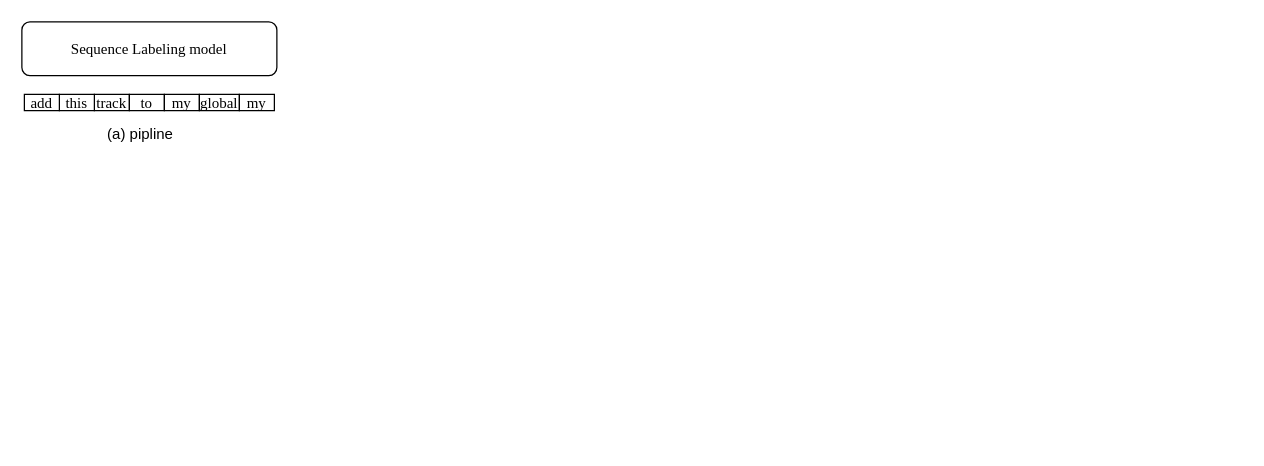
Above: survey.drawio in liweizhen111/GIt-GitHub_Note (draw.io), before the change. Source tidied: cells renumbered, new cells numbered last; positions are measured from the earlier drawing's top-left corner, leaving out a move shared by most shapes. Both pictures are drawn from the tidied source at 125%, with x=0, y=0 at pixel (21, 21).
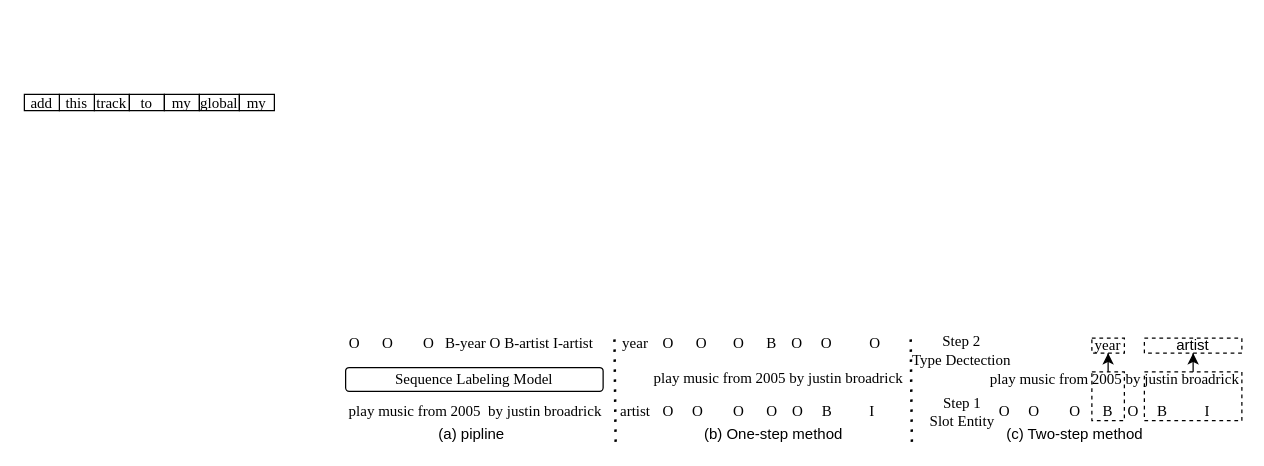
The same diagram, later.

Diff of the diagram source:
```diff
@@
+    <mxCell id="11" style="edgeStyle=orthogonalEdgeStyle;rounded=0;jettySize=auto;html=1;" parent="1" edge="1" source="12" target="33">
+      <mxGeometry relative="1" as="geometry" />
+    </mxCell>
+    <mxCell id="12" style="rounded=0;whiteSpace=wrap;html=1;dashed=1;" parent="1" vertex="1">
+      <mxGeometry x="898" y="280" width="78" height="39" as="geometry" />
+    </mxCell>
+    <mxCell id="13" style="edgeStyle=orthogonalEdgeStyle;rounded=0;jettySize=auto;html=1;" parent="1" edge="1" source="14" target="32">
+      <mxGeometry relative="1" as="geometry" />
+    </mxCell>
+    <mxCell id="14" style="rounded=0;whiteSpace=wrap;html=1;dashed=1;" parent="1" vertex="1">
+      <mxGeometry x="856" y="280" width="26" height="39" as="geometry" />
+    </mxCell>
-    <mxCell id="2" value="&lt;font face=&quot;Times New Roman&quot;&gt;Sequence Labeling model&lt;/font&gt;" style="rounded=1;whiteSpace=wrap;html=1;" parent="1" vertex="1">
-      <mxGeometry width="204" height="43" as="geometry" />
+    <mxCell id="2" value="&lt;font face=&quot;Times New Roman&quot;&gt;Sequence Labeling Model&lt;/font&gt;" style="rounded=1;whiteSpace=wrap;html=1;" parent="1" vertex="1">
+      <mxGeometry x="259" y="276.5" width="206" height="19" as="geometry" />
     </mxCell>
     <mxCell id="3" value="(a) pipline" style="text;html=1;align=center;verticalAlign=middle;whiteSpace=wrap;rounded=0;" parent="1" vertex="1">
-      <mxGeometry x="57" y="84" width="76" height="12" as="geometry" />
+      <mxGeometry x="322" y="324" width="76" height="12" as="geometry" />
     </mxCell>
@@
-    <mxCell id="8" value="&lt;span style=&quot;font-family: &amp;quot;Times New Roman&amp;quot;;&quot;&gt;my&lt;/span&gt;" style="rounded=0;whiteSpace=wrap;html=1;" parent="1" vertex="1">
-      <mxGeometry x="114" y="58" width="28" height="13" as="geometry" />
-    </mxCell>
+    <mxCell id="15" value="&lt;span style=&quot;font-family: &amp;quot;Times New Roman&amp;quot;;&quot;&gt;my&lt;/span&gt;" style="rounded=0;whiteSpace=wrap;html=1;" parent="1" vertex="1">
+      <mxGeometry x="114" y="58" width="28" height="13" as="geometry" />
+    </mxCell>
@@
-    <mxCell id="10" value="&lt;span style=&quot;font-family: &amp;quot;Times New Roman&amp;quot;;&quot;&gt;my&lt;/span&gt;" style="rounded=0;whiteSpace=wrap;html=1;" parent="1" vertex="1">
-      <mxGeometry x="174" y="58" width="28" height="13" as="geometry" />
-    </mxCell>
+    <mxCell id="16" value="&lt;span style=&quot;font-family: &amp;quot;Times New Roman&amp;quot;;&quot;&gt;my&lt;/span&gt;" style="rounded=0;whiteSpace=wrap;html=1;" parent="1" vertex="1">
+      <mxGeometry x="174" y="58" width="28" height="13" as="geometry" />
+    </mxCell>
+    <mxCell id="17" value="&lt;font face=&quot;Times New Roman&quot;&gt;play music from 2005&amp;nbsp; by justin broadrick&lt;/font&gt;" style="text;html=1;align=center;verticalAlign=middle;whiteSpace=wrap;rounded=0;" parent="1" vertex="1">
+      <mxGeometry x="257" y="304" width="212" height="16" as="geometry" />
+    </mxCell>
+    <mxCell id="18" value="(b) One-step method" style="text;html=1;align=center;verticalAlign=middle;whiteSpace=wrap;rounded=0;" parent="1" vertex="1">
+      <mxGeometry x="539" y="324" width="125" height="12" as="geometry" />
+    </mxCell>
+    <mxCell id="19" value="&lt;font face=&quot;Times New Roman&quot;&gt;O&amp;nbsp; &amp;nbsp; &amp;nbsp; O&amp;nbsp; &amp;nbsp; &amp;nbsp; &amp;nbsp; O&amp;nbsp; &amp;nbsp;B-year O B-artist I-artist&amp;nbsp;&lt;/font&gt;" style="text;html=1;align=left;verticalAlign=middle;whiteSpace=wrap;rounded=0;" parent="1" vertex="1">
+      <mxGeometry x="259.5" y="249" width="207" height="16" as="geometry" />
+    </mxCell>
+    <mxCell id="20" value="&lt;font face=&quot;Times New Roman&quot;&gt;play music from 2005 by justin broadrick&lt;/font&gt;" style="text;html=1;align=center;verticalAlign=middle;whiteSpace=wrap;rounded=0;" parent="1" vertex="1">
+      <mxGeometry x="504" y="276.5" width="203" height="16" as="geometry" />
+    </mxCell>
+    <mxCell id="21" value="(c) Two-step method" style="text;html=1;align=center;verticalAlign=middle;whiteSpace=wrap;rounded=0;" parent="1" vertex="1">
+      <mxGeometry x="780" y="324" width="125" height="12" as="geometry" />
+    </mxCell>
+    <mxCell id="22" style="endArrow=none;dashed=1;html=1;dashPattern=1 3;strokeWidth=2;rounded=0;" parent="1" edge="1">
+      <mxGeometry relative="1" as="geometry">
+        <mxPoint x="475" y="336" as="sourcePoint" />
+        <mxPoint x="474" y="248" as="targetPoint" />
+      </mxGeometry>
+    </mxCell>
+    <mxCell id="23" value="&lt;font face=&quot;Times New Roman&quot;&gt;O&amp;nbsp; &amp;nbsp; &amp;nbsp; O&amp;nbsp; &amp;nbsp; &amp;nbsp; &amp;nbsp;O&amp;nbsp; &amp;nbsp; &amp;nbsp; B&amp;nbsp; &amp;nbsp; O&amp;nbsp; &amp;nbsp; &amp;nbsp;O&amp;nbsp; &amp;nbsp; &amp;nbsp; &amp;nbsp; &amp;nbsp; O&amp;nbsp;&lt;/font&gt;" style="text;html=1;align=left;verticalAlign=middle;whiteSpace=wrap;rounded=0;" parent="1" vertex="1">
+      <mxGeometry x="511" y="249" width="200" height="16" as="geometry" />
+    </mxCell>
+    <mxCell id="24" value="&lt;font face=&quot;Times New Roman&quot;&gt;O&amp;nbsp; &amp;nbsp; &amp;nbsp;O&amp;nbsp; &amp;nbsp; &amp;nbsp; &amp;nbsp; O&amp;nbsp; &amp;nbsp; &amp;nbsp; O&amp;nbsp; &amp;nbsp; O&amp;nbsp; &amp;nbsp; &amp;nbsp;B&amp;nbsp; &amp;nbsp; &amp;nbsp; &amp;nbsp; &amp;nbsp; I&amp;nbsp;&lt;/font&gt;" style="text;html=1;align=left;verticalAlign=middle;whiteSpace=wrap;rounded=0;" parent="1" vertex="1">
+      <mxGeometry x="511" y="306" width="192" height="12" as="geometry" />
+    </mxCell>
+    <mxCell id="25" value="&lt;font face=&quot;Times New Roman&quot;&gt;year&lt;/font&gt;" style="text;html=1;align=center;verticalAlign=middle;whiteSpace=wrap;rounded=0;" parent="1" vertex="1">
+      <mxGeometry x="473" y="252" width="36" height="10" as="geometry" />
+    </mxCell>
+    <mxCell id="26" value="&lt;font face=&quot;Times New Roman&quot;&gt;artist&lt;/font&gt;" style="text;html=1;align=center;verticalAlign=middle;whiteSpace=wrap;rounded=0;" parent="1" vertex="1">
+      <mxGeometry x="473" y="307" width="36" height="10" as="geometry" />
+    </mxCell>
+    <mxCell id="27" style="endArrow=none;dashed=1;html=1;dashPattern=1 3;strokeWidth=2;rounded=0;" parent="1" edge="1">
+      <mxGeometry relative="1" as="geometry">
+        <mxPoint x="712" y="336" as="sourcePoint" />
+        <mxPoint x="711" y="248" as="targetPoint" />
+      </mxGeometry>
+    </mxCell>
+    <mxCell id="28" value="&lt;font face=&quot;Times New Roman&quot;&gt;play music from 2005 by justin broadrick&lt;/font&gt;" style="text;html=1;align=center;verticalAlign=middle;whiteSpace=wrap;rounded=0;" parent="1" vertex="1">
+      <mxGeometry x="773" y="277.5" width="203" height="16" as="geometry" />
+    </mxCell>
+    <mxCell id="29" value="&lt;font face=&quot;Times New Roman&quot;&gt;O&amp;nbsp; &amp;nbsp; &amp;nbsp;O&amp;nbsp; &amp;nbsp; &amp;nbsp; &amp;nbsp; O&amp;nbsp; &amp;nbsp; &amp;nbsp; B&amp;nbsp; &amp;nbsp; O&amp;nbsp; &amp;nbsp; &amp;nbsp;B&amp;nbsp; &amp;nbsp; &amp;nbsp; &amp;nbsp; &amp;nbsp; I&amp;nbsp;&lt;/font&gt;" style="text;html=1;align=left;verticalAlign=middle;whiteSpace=wrap;rounded=0;" parent="1" vertex="1">
+      <mxGeometry x="780" y="306" width="192" height="12" as="geometry" />
+    </mxCell>
+    <mxCell id="30" value="&lt;font face=&quot;Times New Roman&quot;&gt;Step 1&lt;br&gt;Slot Entity&lt;/font&gt;" style="text;html=1;align=center;verticalAlign=middle;whiteSpace=wrap;rounded=0;" parent="1" vertex="1">
+      <mxGeometry x="723.5" y="301" width="57" height="22" as="geometry" />
+    </mxCell>
+    <mxCell id="31" value="&lt;font face=&quot;Times New Roman&quot;&gt;Step 2&lt;br&gt;Type Dectection&lt;/font&gt;" style="text;html=1;align=center;verticalAlign=middle;whiteSpace=wrap;rounded=0;" parent="1" vertex="1">
+      <mxGeometry x="711" y="252" width="82" height="22" as="geometry" />
+    </mxCell>
+    <mxCell id="32" value="&lt;font face=&quot;Times New Roman&quot;&gt;year&lt;/font&gt;" style="rounded=0;whiteSpace=wrap;html=1;dashed=1;" parent="1" vertex="1">
+      <mxGeometry x="856" y="253" width="26" height="12" as="geometry" />
+    </mxCell>
+    <mxCell id="33" value="artist" style="rounded=0;whiteSpace=wrap;html=1;dashed=1;" parent="1" vertex="1">
+      <mxGeometry x="898" y="253" width="78" height="12" as="geometry" />
+    </mxCell>
```
